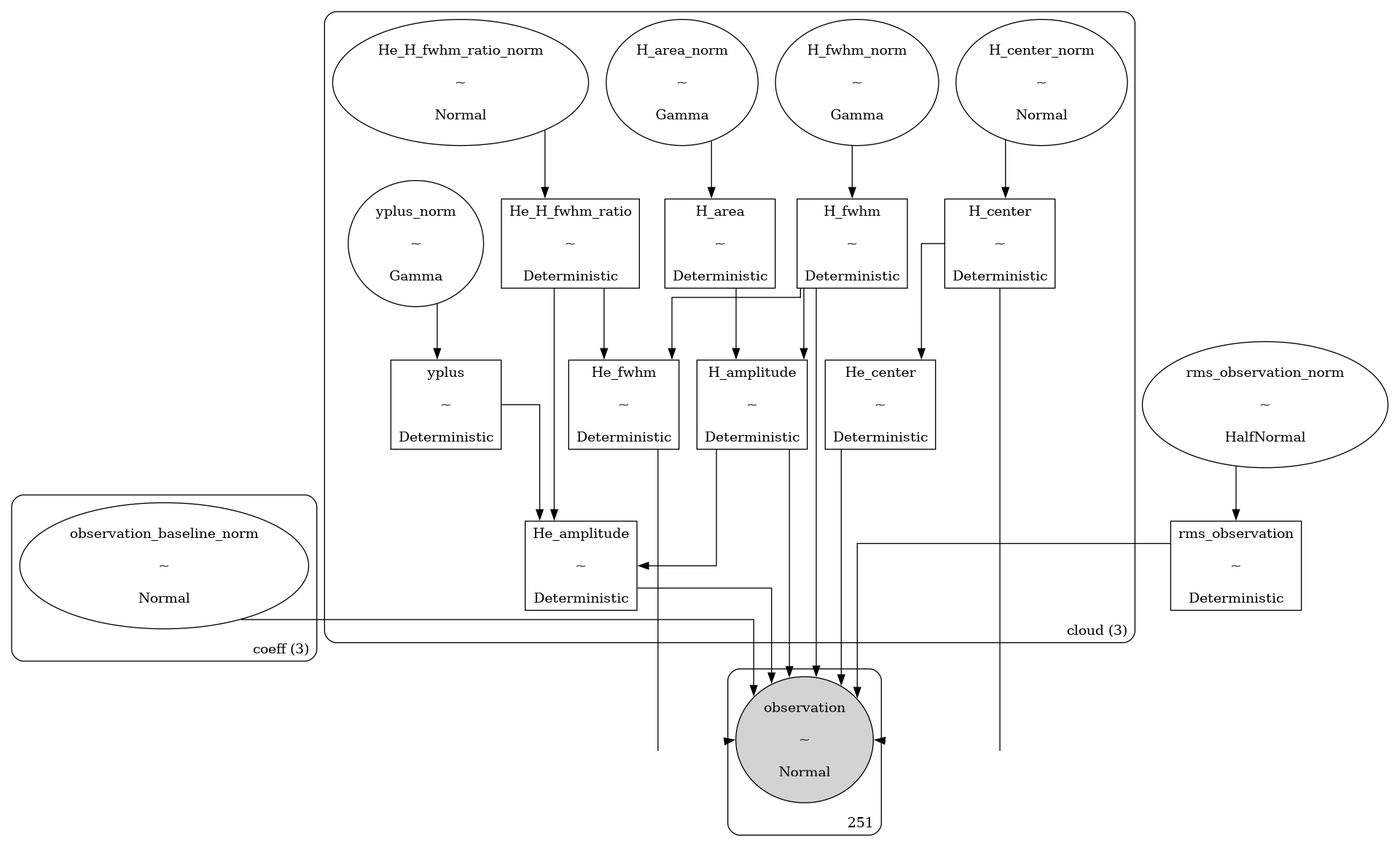
This is examples/figures/model.gv.png from tvwenger/bayes_yplus, a Graphviz export, as it was before one commit. Its source is kept beside it as examples/figures/model.gv.
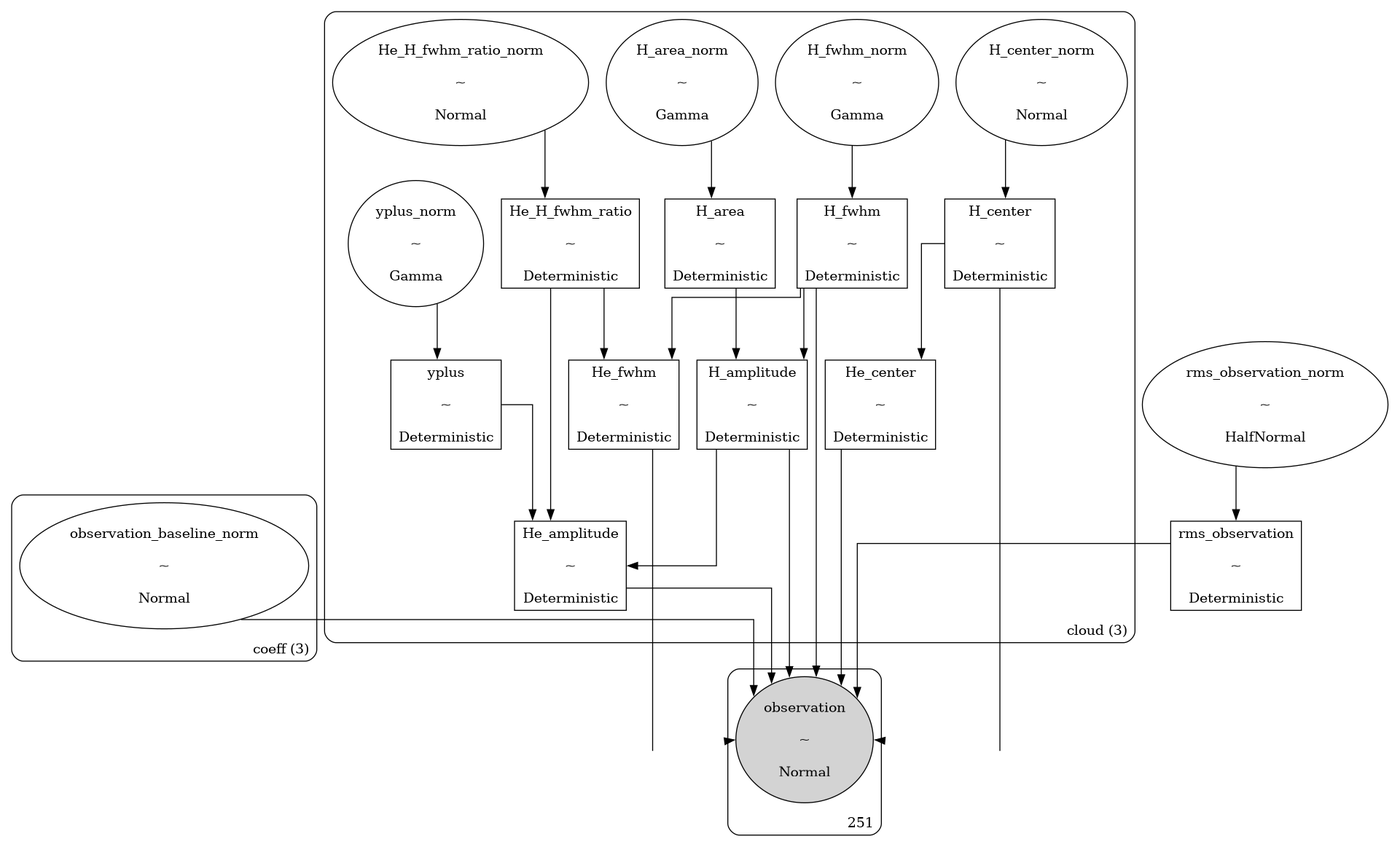
The same diagram one commit later.

Change to the diagram source:
```diff
@@ -42,6 +42,46 @@
 
 		];
 
+		H_area_norm	[label="H_area_norm
+
+~
+
+Gamma",
+
+			shape=ellipse];
+
+		H_amplitude	[label="H_amplitude
+
+~
+
+Deterministic",
+
+			shape=box];
+
+		He_fwhm	[label="He_fwhm
+
+~
+
+Deterministic",
+
+			shape=box];
+
+		H_center_norm	[label="H_center_norm
+
+~
+
+Normal",
+
+			shape=ellipse];
+
+		He_H_fwhm_ratio_norm	[label="He_H_fwhm_ratio_norm
+
+~
+
+Normal",
+
+			shape=ellipse];
+
 		H_fwhm	[label="H_fwhm
 
 ~
@@ -49,6 +89,14 @@
 Deterministic",
 
 			shape=box];
+
+		yplus_norm	[label="yplus_norm
+
+~
+
+Gamma",
+
+			shape=ellipse];
 
 		He_amplitude	[label="He_amplitude
 
@@ -58,15 +106,15 @@
 
 			shape=box];
 
-		He_H_fwhm_ratio	[label="He_H_fwhm_ratio
+		H_fwhm_norm	[label="H_fwhm_norm
 
 ~
 
-Deterministic",
+Gamma",
 
-			shape=box];
+			shape=ellipse];
 
-		H_center	[label="H_center
+		He_H_fwhm_ratio	[label="He_H_fwhm_ratio
 
 ~
 
@@ -90,55 +138,7 @@
 
 			shape=box];
 
-		He_H_fwhm_ratio_norm	[label="He_H_fwhm_ratio_norm
-
-~
-
-Normal",
-
-			shape=ellipse];
-
-		yplus_norm	[label="yplus_norm
-
-~
-
-Gamma",
-
-			shape=ellipse];
-
-		H_amplitude	[label="H_amplitude
-
-~
-
-Deterministic",
-
-			shape=box];
-
-		H_fwhm_norm	[label="H_fwhm_norm
-
-~
-
-Gamma",
-
-			shape=ellipse];
-
-		H_area_norm	[label="H_area_norm
-
-~
-
-Gamma",
-
-			shape=ellipse];
-
-		H_center_norm	[label="H_center_norm
-
-~
-
-Normal",
-
-			shape=ellipse];
-
-		He_fwhm	[label="He_fwhm
+		H_center	[label="H_center
 
 ~
 
@@ -182,43 +182,53 @@
 
 	observation_baseline_norm -> observation	[minlen=1];
 
+	H_area_norm -> H_area	[minlen=1];
+
+	H_amplitude -> He_amplitude;
+
+	H_amplitude -> observation;
+
+	He_fwhm -> observation;
+
+	H_center_norm -> H_center	[minlen=1];
+
+	He_H_fwhm_ratio_norm -> He_H_fwhm_ratio	[minlen=1];
+
 	H_fwhm -> H_amplitude;
 
 	H_fwhm -> He_fwhm;
 
 	H_fwhm -> observation;
 
+	yplus_norm -> yplus	[minlen=1];
+
 	He_amplitude -> observation;
+
+	H_fwhm_norm -> H_fwhm	[minlen=1];
+
+	He_H_fwhm_ratio -> He_fwhm;
 
 	He_H_fwhm_ratio -> He_amplitude;
 
-	He_H_fwhm_ratio -> He_fwhm;
+	yplus -> He_amplitude;
+
+	H_area -> H_amplitude;
 
 	H_center -> He_center;
 
 	H_center -> observation;
 
-	yplus -> He_amplitude;
+	He_center -> observation;
 
-	H_area -> H_amplitude;
+	rms_observation	[label="rms_observation
 
-	He_H_fwhm_ratio_norm -> He_H_fwhm_ratio	[minlen=1];
+~
 
-	yplus_norm -> yplus	[minlen=1];
+Deterministic",
 
-	H_amplitude -> He_amplitude;
+		shape=box];
 
-	H_amplitude -> observation;
-
-	H_fwhm_norm -> H_fwhm	[minlen=1];
-
-	H_area_norm -> H_area	[minlen=1];
-
-	H_center_norm -> H_center	[minlen=1];
-
-	He_fwhm -> observation;
-
-	He_center -> observation;
+	rms_observation -> observation;
 
 	rms_observation_norm	[label="rms_observation_norm
 
@@ -228,16 +238,6 @@
 
 		shape=ellipse];
 
-	rms_observation	[label="rms_observation
-
-~
-
-Deterministic",
-
-		shape=box];
-
 	rms_observation_norm -> rms_observation	[minlen=1];
 
-	rms_observation -> observation;
-
 }
```
